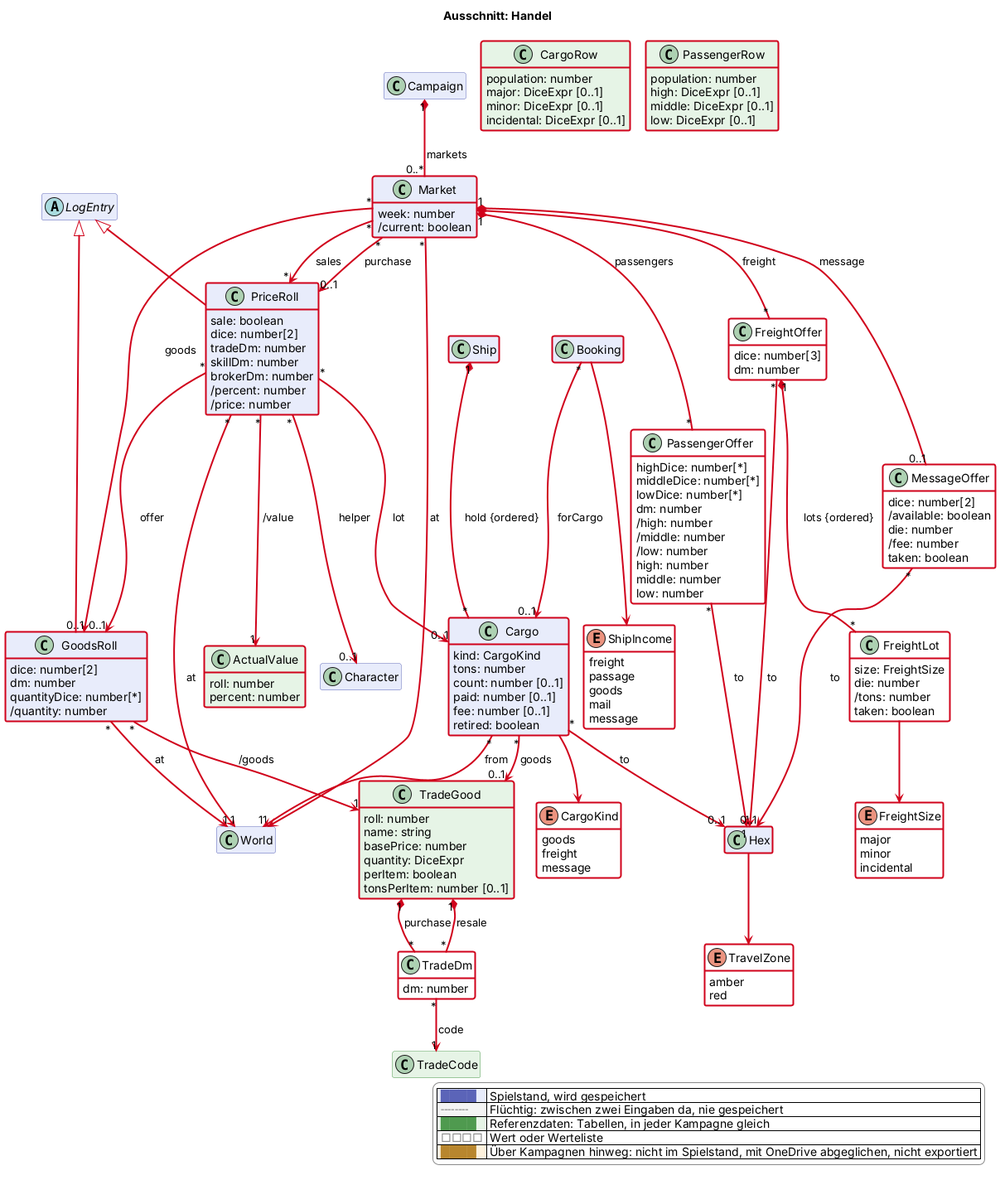
Before: docs/views/handel.png, a diagram exported from PlantUML (scuzzar/SRE).
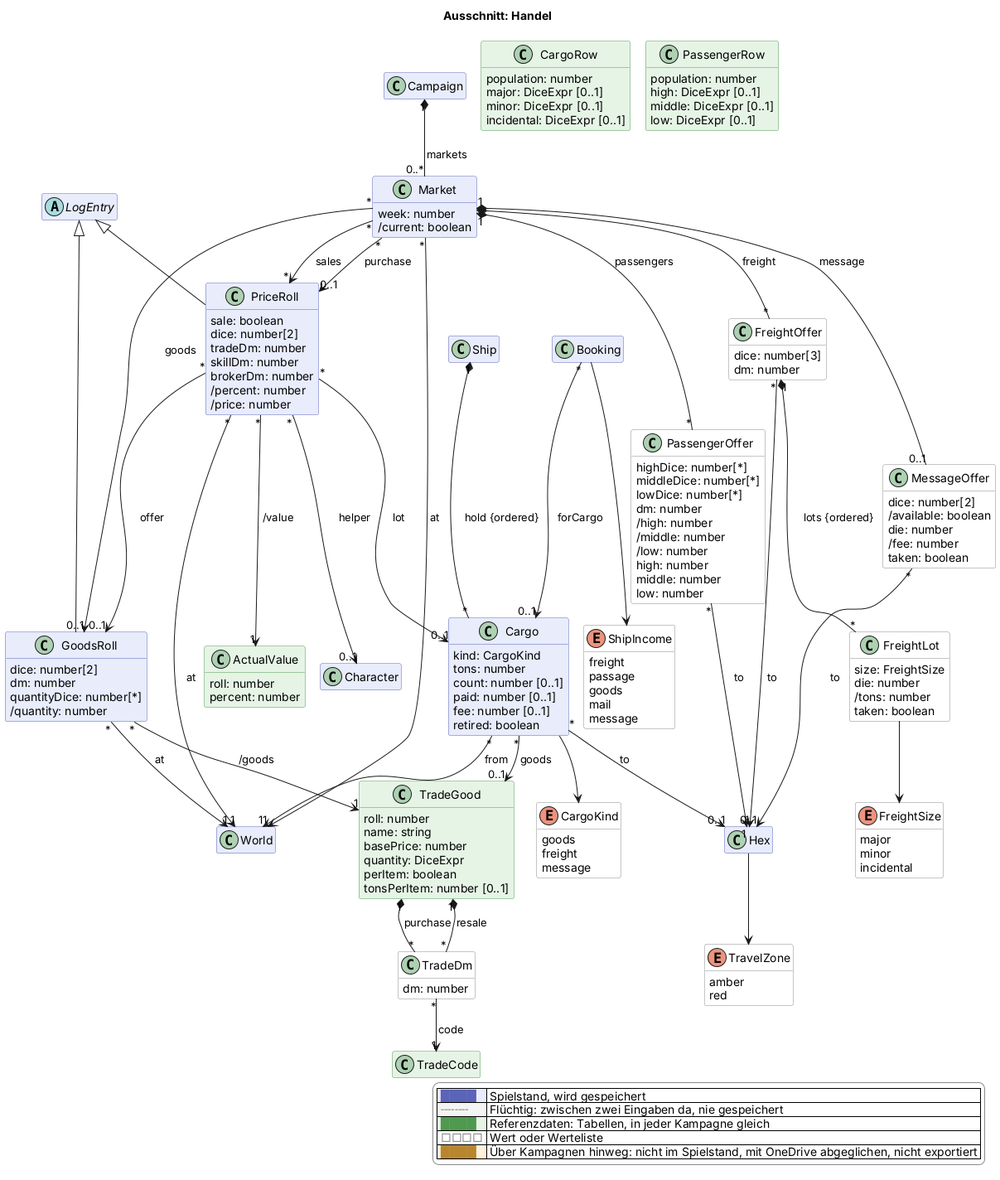
After the change.

Diff of the diagram source:
```diff
@@ -75,17 +75,17 @@
 
   class Ship $schiffe
 
-  class Market $handel $newClass("2026-11-27") {
+  class Market $handel {
     week: number
     /current: boolean
   }
-  class GoodsRoll $handel $newClass("2026-11-27") {
+  class GoodsRoll $handel {
     dice: number[2]
     dm: number
     quantityDice: number[*]
     /quantity: number
   }
-  class PriceRoll $handel $newClass("2026-11-27") {
+  class PriceRoll $handel {
     sale: boolean
     dice: number[2]
     tradeDm: number
@@ -94,7 +94,7 @@
     /percent: number
     /price: number
   }
-  class Cargo $handel $newClass("2026-11-27") {
+  class Cargo $handel {
     kind: CargoKind
     tons: number
     count: number [0..1]
@@ -102,34 +102,34 @@
     fee: number [0..1]
     retired: boolean
   }
-  enum CargoKind <<value>> $handel $newClass("2026-11-27") {
+  enum CargoKind <<value>> $handel {
     goods
     freight
     message
   }
-  class MessageOffer <<value>> $handel $newClass("2026-11-27") {
+  class MessageOffer <<value>> $handel {
     dice: number[2]
     /available: boolean
     die: number
     /fee: number
     taken: boolean
   }
-  class FreightOffer <<value>> $handel $newClass("2026-11-27") {
+  class FreightOffer <<value>> $handel {
     dice: number[3]
     dm: number
   }
-  class FreightLot <<value>> $handel $newClass("2026-11-27") {
+  class FreightLot <<value>> $handel {
     size: FreightSize
     die: number
     /tons: number
     taken: boolean
   }
-  enum FreightSize <<value>> $handel $newClass("2026-11-27") {
+  enum FreightSize <<value>> $handel {
     major
     minor
     incidental
   }
-  class PassengerOffer <<value>> $handel $newClass("2026-11-27") {
+  class PassengerOffer <<value>> $handel {
     highDice: number[*]
     middleDice: number[*]
     lowDice: number[*]
@@ -141,18 +141,18 @@
     middle: number
     low: number
   }
-  enum ShipIncome <<value>> $handel $newClass("2026-11-27") {
+  enum ShipIncome <<value>> $handel {
     freight
     passage
     goods
     mail
     message
   }
-  enum TravelZone <<value>> $handel $newClass("2026-11-27") {
+  enum TravelZone <<value>> $handel {
     amber
     red
   }
-  class TradeGood <<reference>> $handel $newClass("2026-11-27") {
+  class TradeGood <<reference>> $handel {
     roll: number
     name: string
     basePrice: number
@@ -160,20 +160,20 @@
     perItem: boolean
     tonsPerItem: number [0..1]
   }
-  class TradeDm <<value>> $handel $newClass("2026-11-27") {
+  class TradeDm <<value>> $handel {
     dm: number
   }
-  class ActualValue <<reference>> $handel $newClass("2026-11-27") {
+  class ActualValue <<reference>> $handel {
     roll: number
     percent: number
   }
-  class CargoRow <<reference>> $handel $newClass("2026-11-27") {
+  class CargoRow <<reference>> $handel {
     population: number
     major: DiceExpr [0..1]
     minor: DiceExpr [0..1]
     incidental: DiceExpr [0..1]
   }
-  class PassengerRow <<reference>> $handel $newClass("2026-11-27") {
+  class PassengerRow <<reference>> $handel {
     population: number
     high: DiceExpr [0..1]
     middle: DiceExpr [0..1]
@@ -194,39 +194,39 @@
 
 
 
-Campaign "1" *-$newArrow("2026-11-27")- "0..*" Market : markets
-Market "*" -$newArrow("2026-11-27")-> "1" World : at
-Market "*" -$newArrow("2026-11-27")-> "0..1" GoodsRoll : goods
-Market "*" -$newArrow("2026-11-27")-> "0..1" PriceRoll : purchase
-Market "*" -$newArrow("2026-11-27")-> "*" PriceRoll : sales
-Market "1" *-$newArrow("2026-11-27")- "*" FreightOffer : freight
-Market "1" *-$newArrow("2026-11-27")- "*" PassengerOffer : passengers
-FreightOffer "*" -$newArrow("2026-11-27")-> "1" Hex : to
-FreightOffer "1" *-$newArrow("2026-11-27")- "*" FreightLot : lots {ordered}
-FreightLot -$newArrow("2026-11-27")-> FreightSize
-PassengerOffer "*" -$newArrow("2026-11-27")-> "1" Hex : to
-Market "1" *-$newArrow("2026-11-27")- "0..1" MessageOffer : message
-MessageOffer "*" -$newArrow("2026-11-27")-> "0..1" Hex : to
-LogEntry <|-$newArrow("2026-11-27")- GoodsRoll
-LogEntry <|-$newArrow("2026-11-27")- PriceRoll
-GoodsRoll "*" -$newArrow("2026-11-27")-> "1" World : at
-GoodsRoll "*" -$newArrow("2026-11-27")-> "1" TradeGood : /goods
-PriceRoll "*" -$newArrow("2026-11-27")-> "1" World : at
-PriceRoll "*" -$newArrow("2026-11-27")-> "0..1" GoodsRoll : offer
-PriceRoll "*" -$newArrow("2026-11-27")-> "0..1" Cargo : lot
-PriceRoll "*" -$newArrow("2026-11-27")-> "0..1" Character : helper
-PriceRoll "*" -$newArrow("2026-11-27")-> "1" ActualValue : /value
-Ship "1" *-$newArrow("2026-11-27")- "*" Cargo : hold {ordered}
-Cargo -$newArrow("2026-11-27")-> CargoKind
-Cargo "*" -$newArrow("2026-11-27")-> "0..1" TradeGood : goods
-Cargo "*" -$newArrow("2026-11-27")-> "1" World : from
-Cargo "*" -$newArrow("2026-11-27")-> "0..1" Hex : to
-Booking "*" -$newArrow("2026-11-27")-> "0..1" Cargo : forCargo
-Booking -$newArrow("2026-11-27")-> ShipIncome
-Hex -$newArrow("2026-11-27")-> TravelZone
-TradeGood "1" *-$newArrow("2026-11-27")- "*" TradeDm : purchase
-TradeGood "1" *-$newArrow("2026-11-27")- "*" TradeDm : resale
-TradeDm "*" -$newArrow("2026-11-27")-> "1" TradeCode : code
+Campaign "1" *-- "0..*" Market : markets
+Market "*" --> "1" World : at
+Market "*" --> "0..1" GoodsRoll : goods
+Market "*" --> "0..1" PriceRoll : purchase
+Market "*" --> "*" PriceRoll : sales
+Market "1" *-- "*" FreightOffer : freight
+Market "1" *-- "*" PassengerOffer : passengers
+FreightOffer "*" --> "1" Hex : to
+FreightOffer "1" *-- "*" FreightLot : lots {ordered}
+FreightLot --> FreightSize
+PassengerOffer "*" --> "1" Hex : to
+Market "1" *-- "0..1" MessageOffer : message
+MessageOffer "*" --> "0..1" Hex : to
+LogEntry <|-- GoodsRoll
+LogEntry <|-- PriceRoll
+GoodsRoll "*" --> "1" World : at
+GoodsRoll "*" --> "1" TradeGood : /goods
+PriceRoll "*" --> "1" World : at
+PriceRoll "*" --> "0..1" GoodsRoll : offer
+PriceRoll "*" --> "0..1" Cargo : lot
+PriceRoll "*" --> "0..1" Character : helper
+PriceRoll "*" --> "1" ActualValue : /value
+Ship "1" *-- "*" Cargo : hold {ordered}
+Cargo --> CargoKind
+Cargo "*" --> "0..1" TradeGood : goods
+Cargo "*" --> "1" World : from
+Cargo "*" --> "0..1" Hex : to
+Booking "*" --> "0..1" Cargo : forCargo
+Booking --> ShipIncome
+Hex --> TravelZone
+TradeGood "1" *-- "*" TradeDm : purchase
+TradeGood "1" *-- "*" TradeDm : resale
+TradeDm "*" --> "1" TradeCode : code
 
 
 
@@ -248,7 +248,4 @@
   |<#ffffff> <color:#8a8a8a>□□□□</color> | Wert oder Werteliste |
   |<#fdf1dc> <color:#b8862e>████</color> | Über Kampagnen hinweg: nicht im Spielstand, mit OneDrive abgeglichen, nicht exportiert |
 endlegend
-class Booking #line:d0021b;line.bold
-class Ship #line:d0021b;line.bold
-class Hex #line:d0021b;line.bold
 @enduml
```
